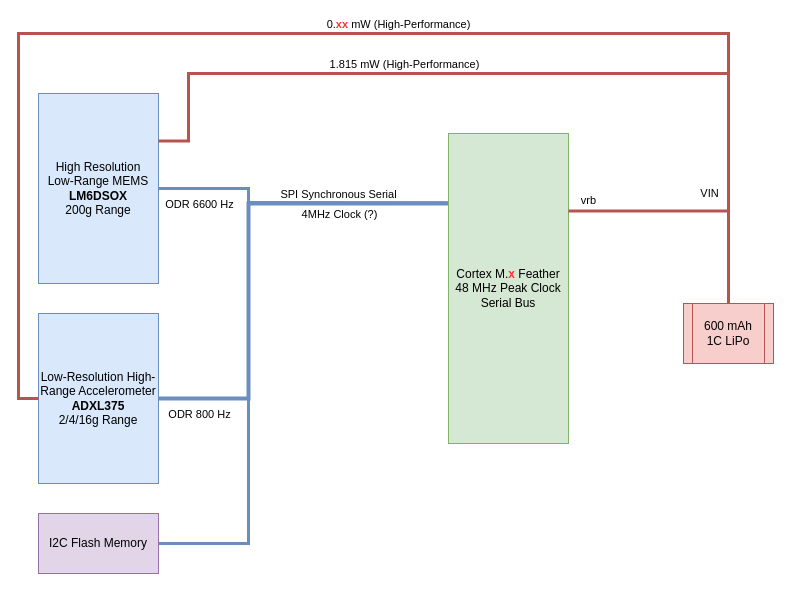
ceugomez/wiigls keeps this draw.io diagram as functionalblockdiagram-102722.drawio. Above is the earlier version. Source tidied: cells renumbered, new cells numbered last; positions are measured from the earlier drawing's top-left corner, leaving out a move shared by most shapes. Both pictures are drawn from the tidied source at 100%, with x=0, y=0 at pixel (18, 33).
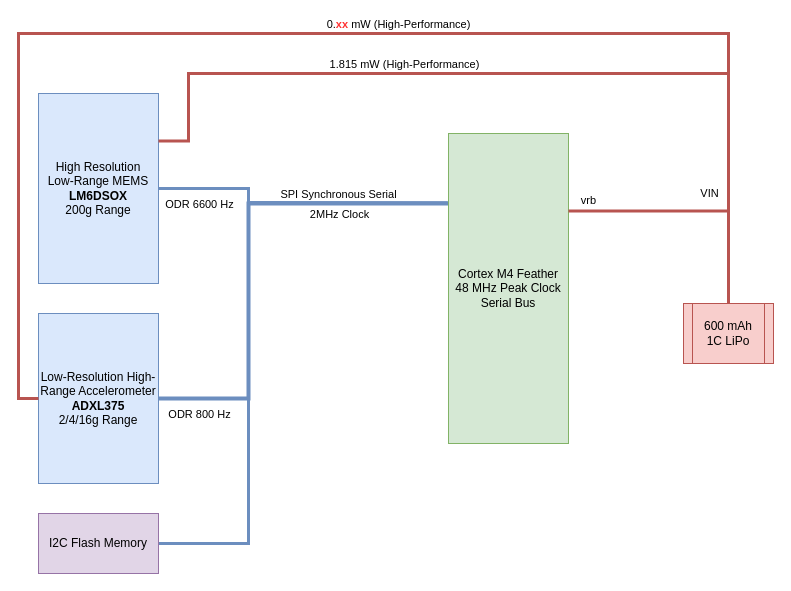
Above is the later version.

The change refers to these unchanged cells:
```xml
<mxCell id="5" style="edgeStyle=orthogonalEdgeStyle;rounded=0;jettySize=auto;html=1;exitX=1;exitY=0.5;exitDx=0;exitDy=0;fillColor=#dae8fc;strokeColor=#6c8ebf;strokeWidth=4;endArrow=none;endFill=0;" parent="1" edge="1" source="8">
  <mxGeometry relative="1" as="geometry">
    <mxPoint x="430" y="170" as="targetPoint" />
    <Array as="points">
      <mxPoint x="230" y="365" />
      <mxPoint x="230" y="170" />
    </Array>
  </mxGeometry>
</mxCell>
```

The edit, as a diff of the source:
```diff
@@
-    <mxCell id="7" value="4MHz Clock (?)" style="edgeLabel;html=1;align=center;verticalAlign=middle;" parent="5" vertex="1">
+    <mxCell id="7" value="2MHz Clock" style="edgeLabel;html=1;align=center;verticalAlign=middle;" parent="5" vertex="1">
       <mxGeometry x="0.39" y="1" relative="1" as="geometry">
         <mxPoint x="38" y="11" as="offset" />
       </mxGeometry>
     </mxCell>
@@
-    <mxCell id="9" value="Cortex M.&lt;font color=&quot;#ff3333&quot;&gt;&lt;b&gt;x&lt;/b&gt;&lt;/font&gt; Feather&lt;br&gt;48 MHz Peak Clock&lt;br&gt;Serial Bus" style="rounded=0;whiteSpace=wrap;html=1;fillColor=#d5e8d4;strokeColor=#82b366;" parent="1" vertex="1">
+    <mxCell id="9" value="Cortex M4&amp;nbsp;Feather&lt;br&gt;48 MHz Peak Clock&lt;br&gt;Serial Bus" style="rounded=0;whiteSpace=wrap;html=1;fillColor=#d5e8d4;strokeColor=#82b366;" parent="1" vertex="1">
       <mxGeometry x="430" y="100" width="120" height="310" as="geometry" />
     </mxCell>
```
